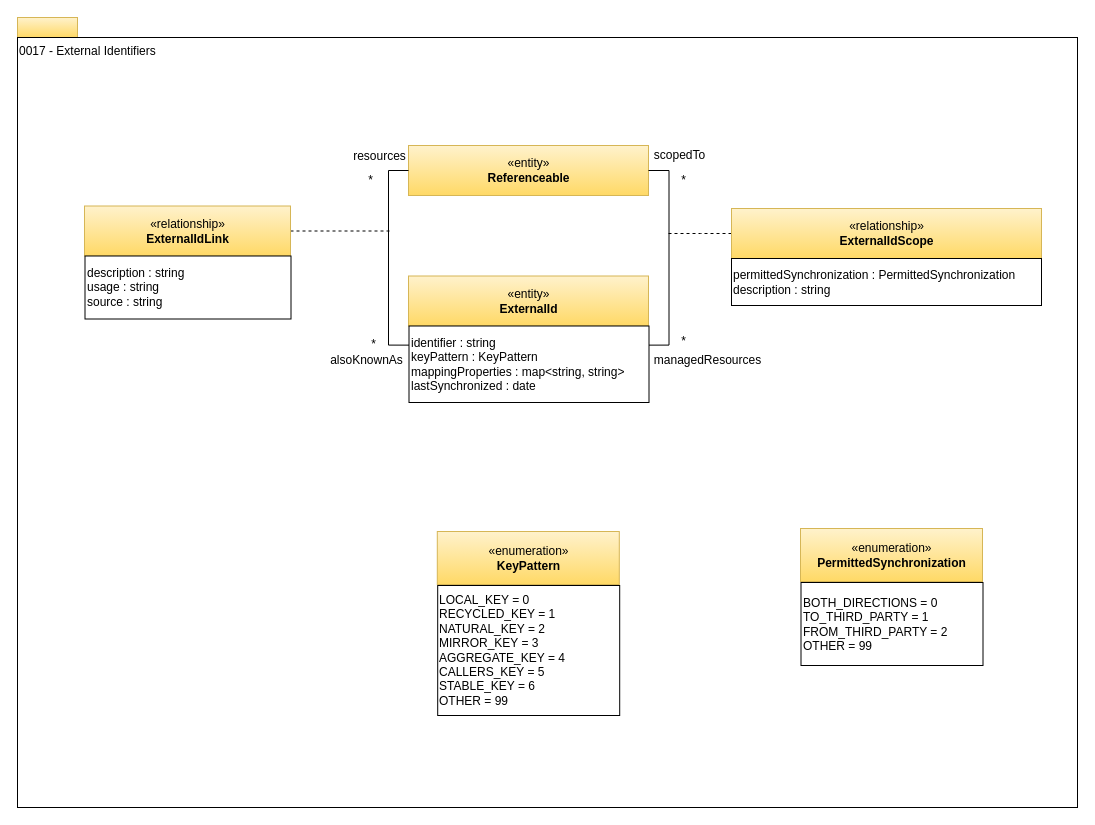
This is page "0017-External-Identifiers" (6 of 21) of open-metadata-publication/website/open-metadata-types/area-0-basic-types-and-infrastructure.drawio from odpi/egeria, a draw.io file, before an edit. Source tidied: cells renumbered, new cells numbered last; positions are measured from the earlier drawing's top-left corner, leaving out a move shared by most shapes. Both pictures are drawn from the tidied source at 100%, with x=0, y=0 at pixel (17, 17).
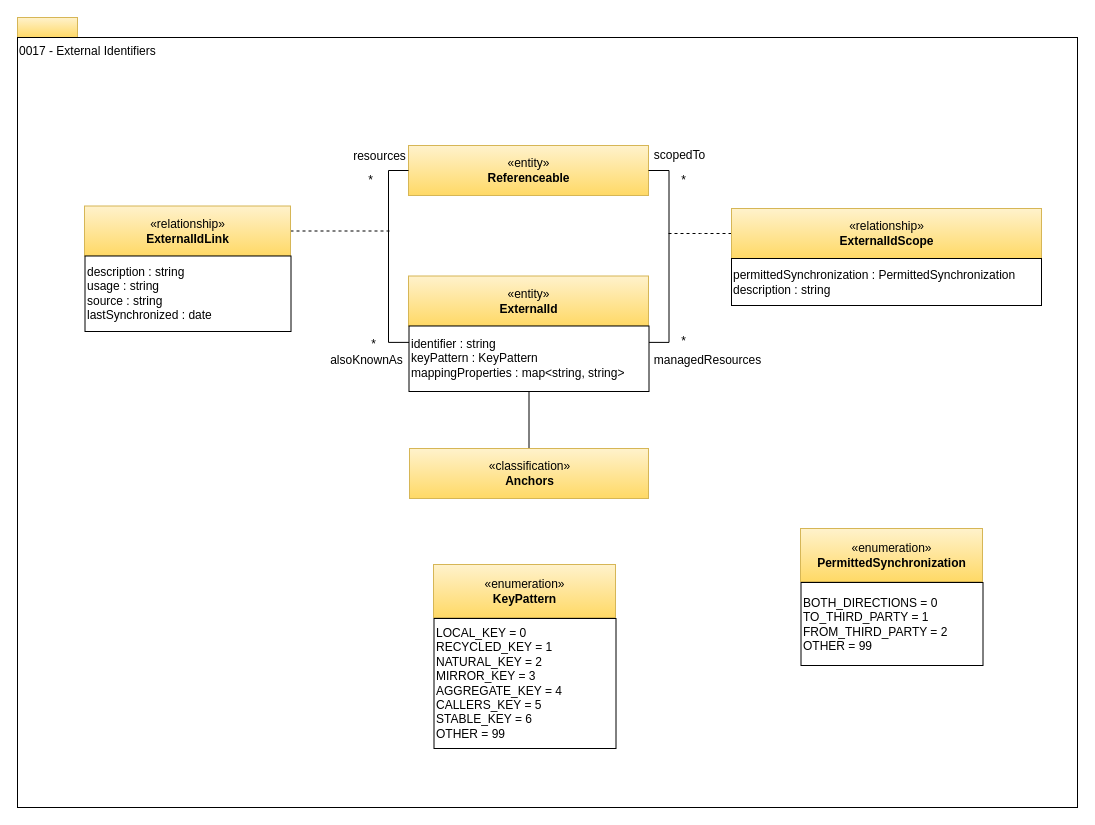
After the change.

What changed in the source:
```diff
@@
-    <mxCell id="7" value="description : string&lt;br&gt;usage : string&lt;br&gt;source : string" style="rounded=0;whiteSpace=wrap;html=1;strokeColor=#000000;gradientColor=#ffffff;align=left;" parent="1" vertex="1">
-      <mxGeometry x="67.5" y="238.5" width="206" height="63" as="geometry" />
+    <mxCell id="7" value="description : string&lt;br&gt;usage : string&lt;br&gt;source : string&lt;br&gt;lastSynchronized : date" style="rounded=0;whiteSpace=wrap;html=1;strokeColor=#000000;gradientColor=#ffffff;align=left;" parent="1" vertex="1">
+      <mxGeometry x="67.5" y="238.5" width="206" height="75.5" as="geometry" />
     </mxCell>
@@
-    <mxCell id="10" value="identifier : string&lt;br&gt;keyPattern : KeyPattern&lt;br&gt;mappingProperties : map&amp;lt;string, string&amp;gt;&lt;br&gt;lastSynchronized : date&lt;br&gt;&lt;div style=&quot;text-align: left&quot;&gt;&lt;/div&gt;" style="rounded=0;whiteSpace=wrap;html=1;strokeColor=#000000;gradientColor=#ffffff;align=left;" parent="1" vertex="1">
-      <mxGeometry x="391.5" y="308.5" width="240" height="76.5" as="geometry" />
+    <mxCell id="10" value="identifier : string&lt;br&gt;keyPattern : KeyPattern&lt;br&gt;mappingProperties : map&amp;lt;string, string&amp;gt;&lt;br&gt;&lt;div style=&quot;text-align: left&quot;&gt;&lt;/div&gt;" style="rounded=0;whiteSpace=wrap;html=1;strokeColor=#000000;gradientColor=#ffffff;align=left;" parent="1" vertex="1">
+      <mxGeometry x="391.5" y="308.5" width="240" height="65.5" as="geometry" />
     </mxCell>
@@
     <mxCell id="15" value="«enumeration»&lt;br&gt;&lt;b&gt;KeyPattern&lt;/b&gt;" style="html=1;strokeColor=#d6b656;align=center;fillColor=#fff2cc;gradientColor=#ffd966;" parent="1" vertex="1">
-      <mxGeometry x="419.8" y="514" width="182" height="53" as="geometry" />
+      <mxGeometry x="416" y="547" width="182" height="53" as="geometry" />
     </mxCell>
     <mxCell id="16" value="LOCAL_KEY = 0&lt;br&gt;RECYCLED_KEY = 1&lt;br&gt;NATURAL_KEY = 2&lt;br&gt;MIRROR_KEY = 3&lt;br&gt;AGGREGATE_KEY = 4&lt;br&gt;CALLERS_KEY = 5&lt;br&gt;STABLE_KEY = 6&lt;br&gt;OTHER = 99&lt;br&gt;" style="rounded=0;whiteSpace=wrap;html=1;strokeColor=#000000;gradientColor=#ffffff;align=left;" parent="1" vertex="1">
-      <mxGeometry x="420.2" y="568" width="182" height="130" as="geometry" />
+      <mxGeometry x="416.5" y="601" width="182" height="130" as="geometry" />
     </mxCell>
@@
+    <mxCell id="27" style="edgeStyle=orthogonalEdgeStyle;rounded=0;jettySize=auto;html=1;exitX=0.5;exitY=0;exitDx=0;exitDy=0;entryX=0.5;entryY=1;entryDx=0;entryDy=0;endArrow=none;endFill=0;" parent="1" edge="1" source="28" target="10">
+      <mxGeometry relative="1" as="geometry" />
+    </mxCell>
+    <mxCell id="28" value="«classification»&lt;br&gt;&lt;b&gt;Anchors&lt;/b&gt;" style="html=1;strokeColor=#d6b656;align=center;fillColor=#fff2cc;gradientColor=#ffd966;" parent="1" vertex="1">
+      <mxGeometry x="392" y="431" width="239" height="50" as="geometry" />
+    </mxCell>
```
